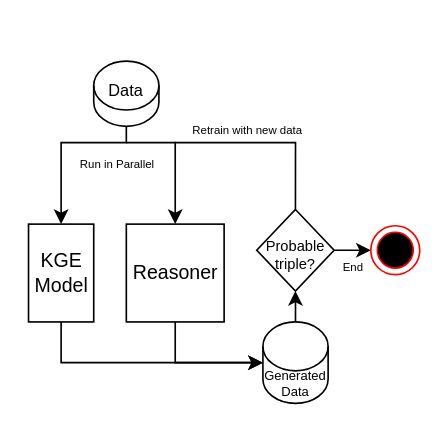
The draw.io diagram page "Page-2" (2 of 4) of Untitled Diagram.drawio in smejkka3/kge-w-rule-based-reasoning, before the edit. Source tidied: cells renumbered, new cells numbered last; positions are measured from the earlier drawing's top-left corner, leaving out a move shared by most shapes. Both pictures are drawn from the tidied source at 163%, with x=0, y=0 at pixel (28, 60).
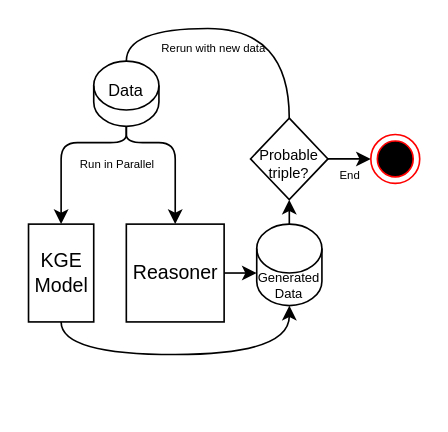
Above is the later version.

The change refers to these unchanged cells:
```xml
<mxCell id="3" value="KGE &lt;br&gt;Model" style="html=1;dashed=0;whitespace=wrap;" parent="1" vertex="1">
  <mxGeometry y="100" width="40" height="60" as="geometry" />
</mxCell>
<mxCell id="5" value="Reasoner" style="html=1;dashed=0;whitespace=wrap;" parent="1" vertex="1">
  <mxGeometry x="60" y="100" width="60" height="60" as="geometry" />
</mxCell>
<mxCell id="6" value="&lt;font style=&quot;font-size: 10px;&quot;&gt;Data&lt;/font&gt;" style="shape=cylinder3;whiteSpace=wrap;html=1;boundedLbl=1;backgroundOutline=1;size=15;fontSize=7;spacingTop=-30;" parent="1" vertex="1">
  <mxGeometry x="40" width="40" height="40" as="geometry" />
</mxCell>
```

The edit, as a diff of the source:
```diff
@@
-    <mxCell id="2" style="edgeStyle=orthogonalEdgeStyle;rounded=0;jettySize=auto;html=1;exitX=0.5;exitY=1;exitDx=0;exitDy=0;entryX=0;entryY=0.5;entryDx=0;entryDy=0;entryPerimeter=0;labelBackgroundColor=#ffffff;fontSize=7;" parent="1" edge="1" source="3" target="8">
+    <mxCell id="2" style="edgeStyle=orthogonalEdgeStyle;jettySize=auto;html=1;exitX=0.5;exitY=1;exitDx=0;exitDy=0;entryX=0.5;entryY=1;entryDx=0;entryDy=0;entryPerimeter=0;labelBackgroundColor=#ffffff;fontSize=7;curved=1;" parent="1" edge="1" source="3" target="8">
       <mxGeometry relative="1" as="geometry" />
     </mxCell>
@@
-    <mxCell id="4" style="edgeStyle=orthogonalEdgeStyle;rounded=0;jettySize=auto;html=1;exitX=0.5;exitY=1;exitDx=0;exitDy=0;entryX=0;entryY=0.5;entryDx=0;entryDy=0;entryPerimeter=0;" parent="1" edge="1" source="5" target="8">
+    <mxCell id="4" style="edgeStyle=orthogonalEdgeStyle;jettySize=auto;html=1;exitX=1;exitY=0.5;exitDx=0;exitDy=0;entryX=0;entryY=0;entryDx=0;entryDy=30;entryPerimeter=0;curved=1;" parent="1" edge="1" source="5" target="8">
       <mxGeometry relative="1" as="geometry" />
     </mxCell>
@@
     <mxCell id="8" value="&lt;font style=&quot;font-size: 8px;&quot;&gt;Generated&lt;br style=&quot;font-size: 8px;&quot;&gt;Data&lt;/font&gt;" style="shape=cylinder3;whiteSpace=wrap;html=1;boundedLbl=1;backgroundOutline=1;size=15;fontSize=8;" parent="1" vertex="1">
-      <mxGeometry x="143.8" y="160" width="40" height="50" as="geometry" />
+      <mxGeometry x="140" y="100" width="40" height="50" as="geometry" />
     </mxCell>
-    <mxCell id="9" style="edgeStyle=orthogonalEdgeStyle;rounded=0;jettySize=auto;html=1;entryX=0.5;entryY=0;entryDx=0;entryDy=0;" parent="1" edge="1" target="5">
+    <mxCell id="9" style="edgeStyle=orthogonalEdgeStyle;jettySize=auto;html=1;entryX=0.5;entryY=0;entryDx=0;entryDy=0;rounded=1;exitX=0.5;exitY=1;exitDx=0;exitDy=0;exitPerimeter=0;" parent="1" edge="1" source="6" target="5">
       <mxGeometry relative="1" as="geometry">
-        <mxPoint x="60" y="50" as="sourcePoint" />
         <Array as="points">
           <mxPoint x="60" y="50" />
           <mxPoint x="90" y="50" />
         </Array>
       </mxGeometry>
     </mxCell>
-    <mxCell id="10" style="edgeStyle=orthogonalEdgeStyle;rounded=0;jettySize=auto;html=1;entryX=0.5;entryY=0;entryDx=0;entryDy=0;exitX=0.5;exitY=1;exitDx=0;exitDy=0;exitPerimeter=0;" parent="1" edge="1" source="6" target="3">
+    <mxCell id="10" style="edgeStyle=orthogonalEdgeStyle;jettySize=auto;html=1;entryX=0.5;entryY=0;entryDx=0;entryDy=0;exitX=0.5;exitY=1;exitDx=0;exitDy=0;exitPerimeter=0;rounded=1;" parent="1" edge="1" source="6" target="3">
       <mxGeometry relative="1" as="geometry">
         <Array as="points">
           <mxPoint x="60" y="50" />
           <mxPoint x="20" y="50" />
         </Array>
       </mxGeometry>
     </mxCell>
-    <mxCell id="11" style="edgeStyle=orthogonalEdgeStyle;rounded=0;jettySize=auto;html=1;exitX=0.5;exitY=0;exitDx=0;exitDy=0;endArrow=none;endFill=0;" parent="1" edge="1" source="14">
+    <mxCell id="11" style="edgeStyle=orthogonalEdgeStyle;jettySize=auto;html=1;exitX=0.5;exitY=0;exitDx=0;exitDy=0;endArrow=none;endFill=0;curved=1;entryX=0.5;entryY=0;entryDx=0;entryDy=0;entryPerimeter=0;" parent="1" edge="1" source="14" target="6">
       <mxGeometry relative="1" as="geometry">
-        <mxPoint x="90" y="50" as="targetPoint" />
         <Array as="points">
-          <mxPoint x="164" y="50" />
+          <mxPoint x="160" y="-20" />
+          <mxPoint x="60" y="-20" />
         </Array>
       </mxGeometry>
     </mxCell>
-    <mxCell id="12" value="&lt;font style=&quot;font-size: 7px;&quot;&gt;Retrain&amp;nbsp;with new data&lt;/font&gt;" style="edgeLabel;html=1;align=left;verticalAlign=middle;labelBackgroundColor=none;labelPosition=right;verticalLabelPosition=middle;" parent="11" vertex="1">
+    <mxCell id="12" value="&lt;font style=&quot;font-size: 7px;&quot;&gt;Rerun with new data&lt;/font&gt;" style="edgeLabel;html=1;align=left;verticalAlign=middle;labelBackgroundColor=none;labelPosition=right;verticalLabelPosition=middle;" parent="11" vertex="1">
       <mxGeometry x="-0.05" relative="1" as="geometry">
-        <mxPoint x="-51" y="-10" as="offset" />
+        <mxPoint x="-52" y="10" as="offset" />
       </mxGeometry>
     </mxCell>
@@
     <mxCell id="14" value="&lt;font style=&quot;font-size: 9px;&quot;&gt;Probable triple?&lt;/font&gt;" style="shape=rhombus;html=1;verticalLabelPosition=middle;verticalAlignment=top;whiteSpace=wrap;verticalAlign=middle;labelPosition=center;align=center;fontSize=6;spacingTop=5;" parent="1" vertex="1">
-      <mxGeometry x="140" y="91" width="47.5" height="50" as="geometry" />
+      <mxGeometry x="136.2" y="35" width="47.5" height="50" as="geometry" />
     </mxCell>
     <mxCell id="15" style="ellipse;html=1;shape=endState;fillColor=#000000;strokeColor=#ff0000;" parent="1" vertex="1">
-      <mxGeometry x="210" y="101" width="30" height="30" as="geometry" />
+      <mxGeometry x="210" y="45" width="30" height="30" as="geometry" />
     </mxCell>
```
